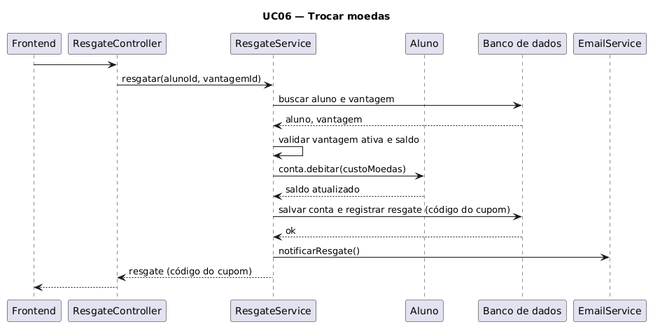
Before: docs/diagramas/sequencia/uc06-trocar-moedas.png, a diagram exported from PlantUML (brunokilo/lab03-projetoSoftware).
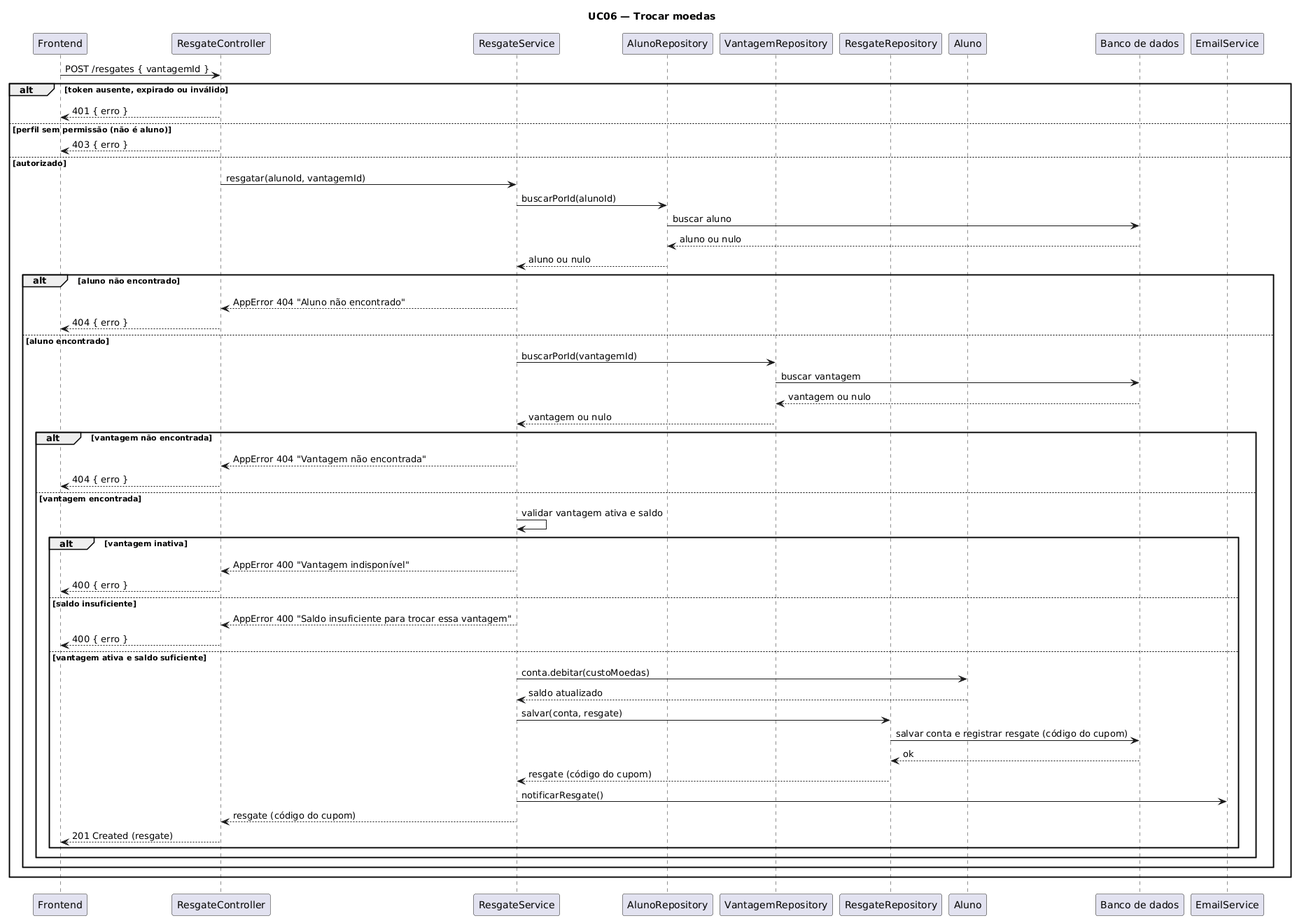
After the commit.

Commit message:
docs: correcao diagramas 06 e 12

Change to the diagram source:
```diff
@@ -4,20 +4,56 @@
 participant Frontend
 participant ResgateController
 participant ResgateService
+participant AlunoRepository
+participant VantagemRepository
+participant ResgateRepository
 participant "Aluno" as AlunoClasse
 participant "Banco de dados" as BD
 participant EmailService
 
-Frontend -> ResgateController :
-ResgateController -> ResgateService : resgatar(alunoId, vantagemId)
-ResgateService -> BD : buscar aluno e vantagem
-BD --> ResgateService : aluno, vantagem
-ResgateService -> ResgateService : validar vantagem ativa e saldo
-ResgateService -> AlunoClasse : conta.debitar(custoMoedas)
-AlunoClasse --> ResgateService : saldo atualizado
-ResgateService -> BD : salvar conta e registrar resgate (código do cupom)
-BD --> ResgateService : ok
-ResgateService -> EmailService : notificarResgate()
-ResgateService --> ResgateController : resgate (código do cupom)
-ResgateController --> Frontend :
+Frontend -> ResgateController : POST /resgates { vantagemId }
+alt token ausente, expirado ou inválido
+  ResgateController --> Frontend : 401 { erro }
+else perfil sem permissão (não é aluno)
+  ResgateController --> Frontend : 403 { erro }
+else autorizado
+  ResgateController -> ResgateService : resgatar(alunoId, vantagemId)
+
+  ResgateService -> AlunoRepository : buscarPorId(alunoId)
+  AlunoRepository -> BD : buscar aluno
+  BD --> AlunoRepository : aluno ou nulo
+  AlunoRepository --> ResgateService : aluno ou nulo
+  alt aluno não encontrado
+    ResgateService --> ResgateController : AppError 404 "Aluno não encontrado"
+    ResgateController --> Frontend : 404 { erro }
+  else aluno encontrado
+    ResgateService -> VantagemRepository : buscarPorId(vantagemId)
+    VantagemRepository -> BD : buscar vantagem
+    BD --> VantagemRepository : vantagem ou nulo
+    VantagemRepository --> ResgateService : vantagem ou nulo
+    alt vantagem não encontrada
+      ResgateService --> ResgateController : AppError 404 "Vantagem não encontrada"
+      ResgateController --> Frontend : 404 { erro }
+    else vantagem encontrada
+      ResgateService -> ResgateService : validar vantagem ativa e saldo
+      alt vantagem inativa
+        ResgateService --> ResgateController : AppError 400 "Vantagem indisponível"
+        ResgateController --> Frontend : 400 { erro }
+      else saldo insuficiente
+        ResgateService --> ResgateController : AppError 400 "Saldo insuficiente para trocar essa vantagem"
+        ResgateController --> Frontend : 400 { erro }
+      else vantagem ativa e saldo suficiente
+        ResgateService -> AlunoClasse : conta.debitar(custoMoedas)
+        AlunoClasse --> ResgateService : saldo atualizado
+        ResgateService -> ResgateRepository : salvar(conta, resgate)
+        ResgateRepository -> BD : salvar conta e registrar resgate (código do cupom)
+        BD --> ResgateRepository : ok
+        ResgateRepository --> ResgateService : resgate (código do cupom)
+        ResgateService -> EmailService : notificarResgate()
+        ResgateService --> ResgateController : resgate (código do cupom)
+        ResgateController --> Frontend : 201 Created (resgate)
+      end
+    end
+  end
+end
 @enduml
```
